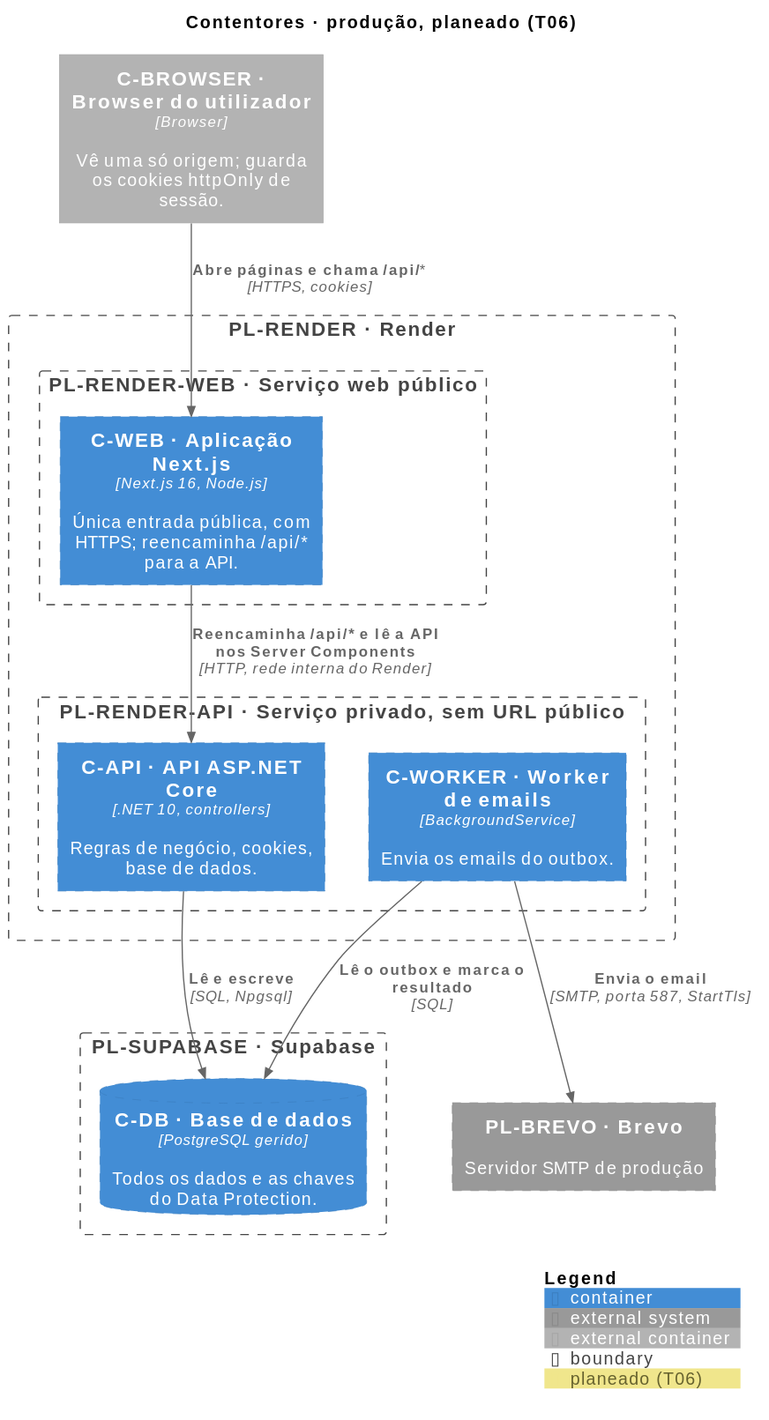
Before: docs/architecture/diagrams/02-containers-prod.svg, a diagram exported from PlantUML (rodrigo4sousa/SportsEstablishments). Its diagram source:
```plantuml
@startuml
!include <C4/C4_Container>

title Contentores · produção, planeado (T06)

LAYOUT_TOP_DOWN()
HIDE_STEREOTYPE()
AddElementTag("planeado", $borderStyle=DashedLine(), $legendText="planeado (T06)")

Container_Ext(C_BROWSER, "C-BROWSER · Browser do utilizador", "Browser", "Vê uma só origem; guarda os cookies httpOnly de sessão.")

Boundary(PL_RENDER, "PL-RENDER · Render", "", "planeado") {
  Boundary(PL_RENDER_WEB, "PL-RENDER-WEB · Serviço web público", "", "planeado") {
    Container(C_WEB, "C-WEB · Aplicação Next.js", "Next.js 16, Node.js", "Única entrada pública, com HTTPS; reencaminha /api/* para a API.", $tags="planeado")
  }
  Boundary(PL_RENDER_API, "PL-RENDER-API · Serviço privado, sem URL público", "", "planeado") {
    Container(C_API, "C-API · API ASP.NET Core", ".NET 10, controllers", "Regras de negócio, cookies, base de dados.", $tags="planeado")
    Container(C_WORKER, "C-WORKER · Worker de emails", "BackgroundService", "Envia os emails do outbox.", $tags="planeado")
  }
}

Boundary(PL_SUPABASE, "PL-SUPABASE · Supabase", "", "planeado") {
  ContainerDb(C_DB, "C-DB · Base de dados", "PostgreSQL gerido", "Todos os dados e as chaves do Data Protection.", $tags="planeado")
}

System_Ext(PL_BREVO, "PL-BREVO · Brevo", "Servidor SMTP de produção", $tags="planeado")

Rel(C_BROWSER, C_WEB, "Abre páginas e chama /api/*", "HTTPS, cookies")
Rel(C_WEB, C_API, "Reencaminha /api/* e lê a API nos Server Components", "HTTP, rede interna do Render")
Rel(C_API, C_DB, "Lê e escreve", "SQL, Npgsql")
Rel(C_WORKER, C_DB, "Lê o outbox e marca o resultado", "SQL")
Rel(C_WORKER, PL_BREVO, "Envia o email", "SMTP, porta 587, StartTls")

SHOW_LEGEND()
@enduml
```
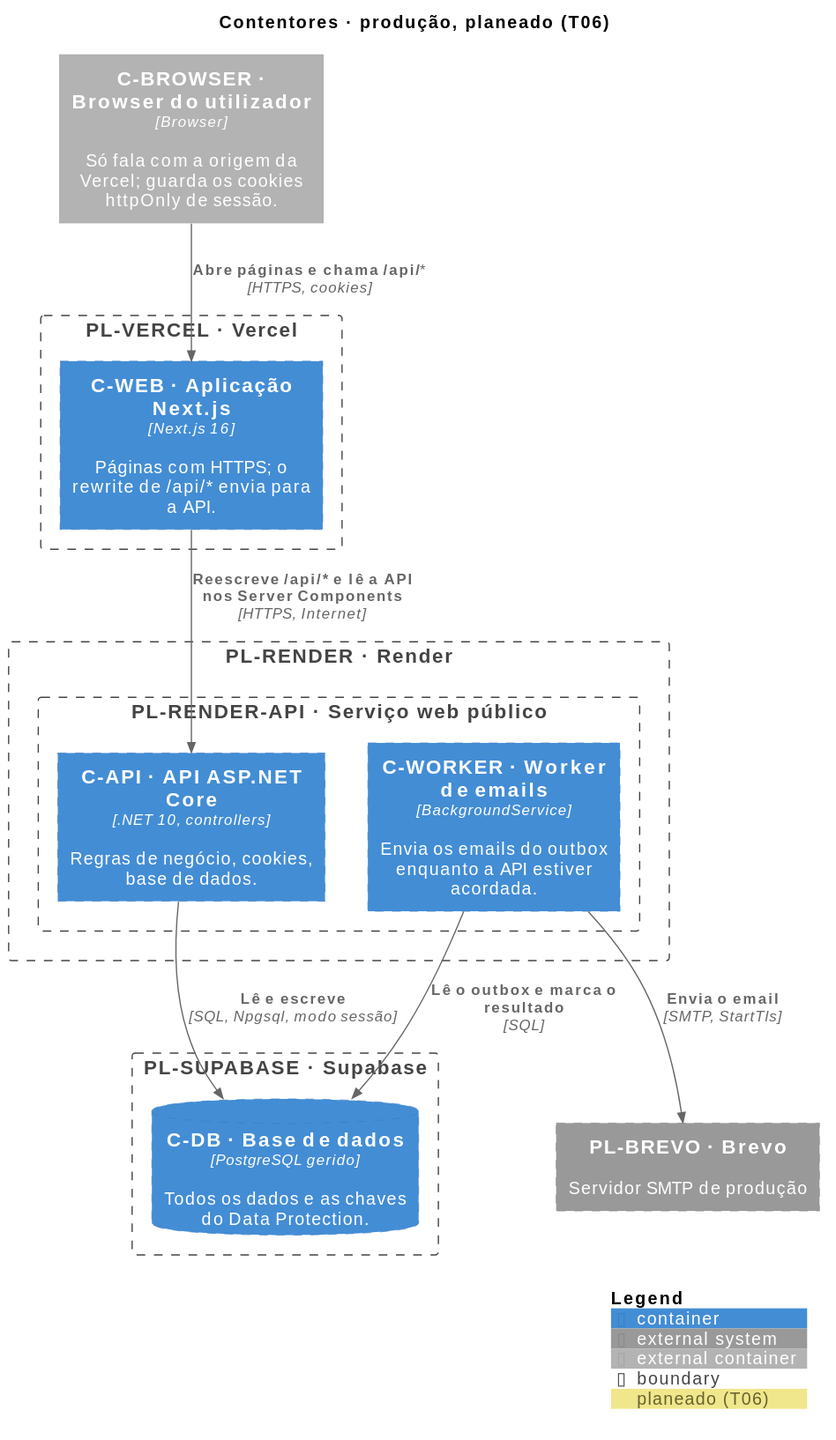
After the commit.

Change to the diagram source:
```diff
@@ -7,15 +7,16 @@
 HIDE_STEREOTYPE()
 AddElementTag("planeado", $borderStyle=DashedLine(), $legendText="planeado (T06)")
 
-Container_Ext(C_BROWSER, "C-BROWSER · Browser do utilizador", "Browser", "Vê uma só origem; guarda os cookies httpOnly de sessão.")
+Container_Ext(C_BROWSER, "C-BROWSER · Browser do utilizador", "Browser", "Só fala com a origem da Vercel; guarda os cookies httpOnly de sessão.")
+
+Boundary(PL_VERCEL, "PL-VERCEL · Vercel", "", "planeado") {
+  Container(C_WEB, "C-WEB · Aplicação Next.js", "Next.js 16", "Páginas com HTTPS; o rewrite de /api/* envia para a API.", $tags="planeado")
+}
 
 Boundary(PL_RENDER, "PL-RENDER · Render", "", "planeado") {
-  Boundary(PL_RENDER_WEB, "PL-RENDER-WEB · Serviço web público", "", "planeado") {
-    Container(C_WEB, "C-WEB · Aplicação Next.js", "Next.js 16, Node.js", "Única entrada pública, com HTTPS; reencaminha /api/* para a API.", $tags="planeado")
-  }
-  Boundary(PL_RENDER_API, "PL-RENDER-API · Serviço privado, sem URL público", "", "planeado") {
+  Boundary(PL_RENDER_API, "PL-RENDER-API · Serviço web público", "", "planeado") {
     Container(C_API, "C-API · API ASP.NET Core", ".NET 10, controllers", "Regras de negócio, cookies, base de dados.", $tags="planeado")
-    Container(C_WORKER, "C-WORKER · Worker de emails", "BackgroundService", "Envia os emails do outbox.", $tags="planeado")
+    Container(C_WORKER, "C-WORKER · Worker de emails", "BackgroundService", "Envia os emails do outbox enquanto a API estiver acordada.", $tags="planeado")
   }
 }
 
@@ -26,10 +27,10 @@
 System_Ext(PL_BREVO, "PL-BREVO · Brevo", "Servidor SMTP de produção", $tags="planeado")
 
 Rel(C_BROWSER, C_WEB, "Abre páginas e chama /api/*", "HTTPS, cookies")
-Rel(C_WEB, C_API, "Reencaminha /api/* e lê a API nos Server Components", "HTTP, rede interna do Render")
-Rel(C_API, C_DB, "Lê e escreve", "SQL, Npgsql")
+Rel(C_WEB, C_API, "Reescreve /api/* e lê a API nos Server Components", "HTTPS, Internet")
+Rel(C_API, C_DB, "Lê e escreve", "SQL, Npgsql, modo sessão")
 Rel(C_WORKER, C_DB, "Lê o outbox e marca o resultado", "SQL")
-Rel(C_WORKER, PL_BREVO, "Envia o email", "SMTP, porta 587, StartTls")
+Rel(C_WORKER, PL_BREVO, "Envia o email", "SMTP, StartTls")
 
 SHOW_LEGEND()
 @enduml
```
